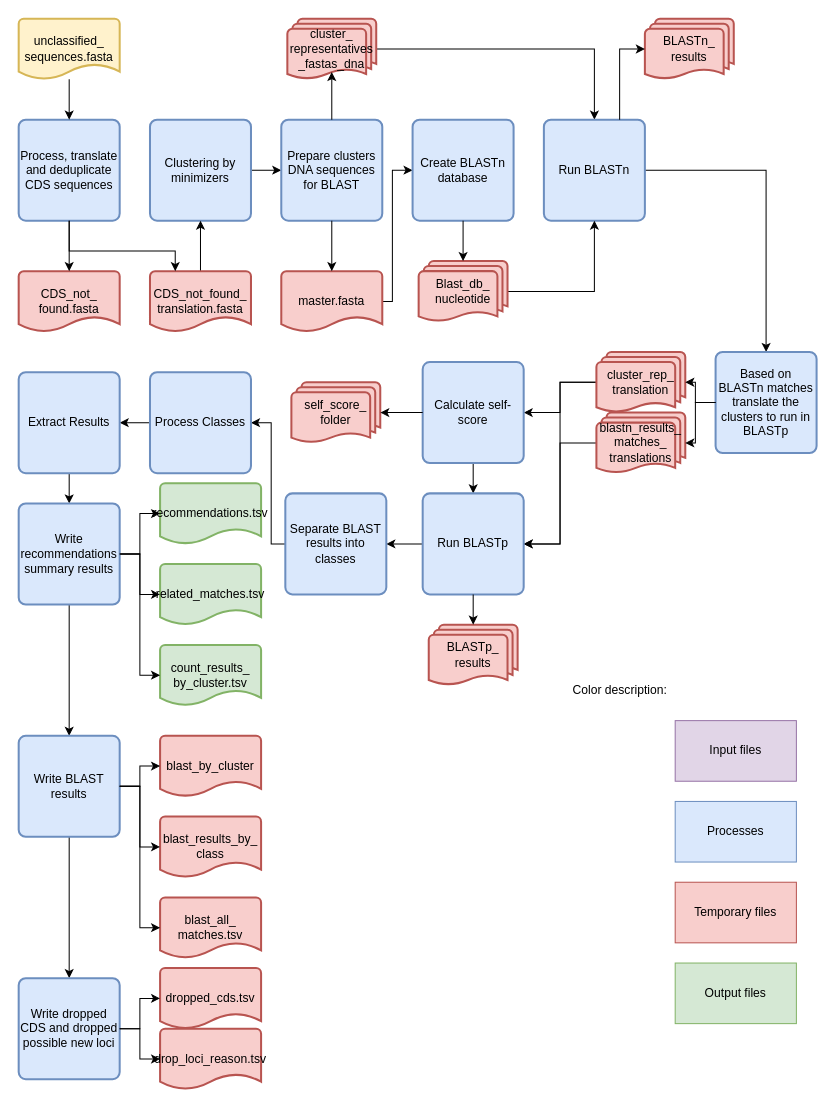
Earlier version of the draw.io diagram SchemaRefinery/docs/SchemaRefinery/Modules/source/IdentifySpuriousGenes_unclassifiedCDS.drawio (B-UMMI/Schema_Refinery). Source tidied: cells renumbered, new cells numbered last; positions are measured from the earlier drawing's top-left corner, leaving out a move shared by most shapes. Both pictures are drawn from the tidied source at 101%, with x=0, y=0 at pixel (18, 18).
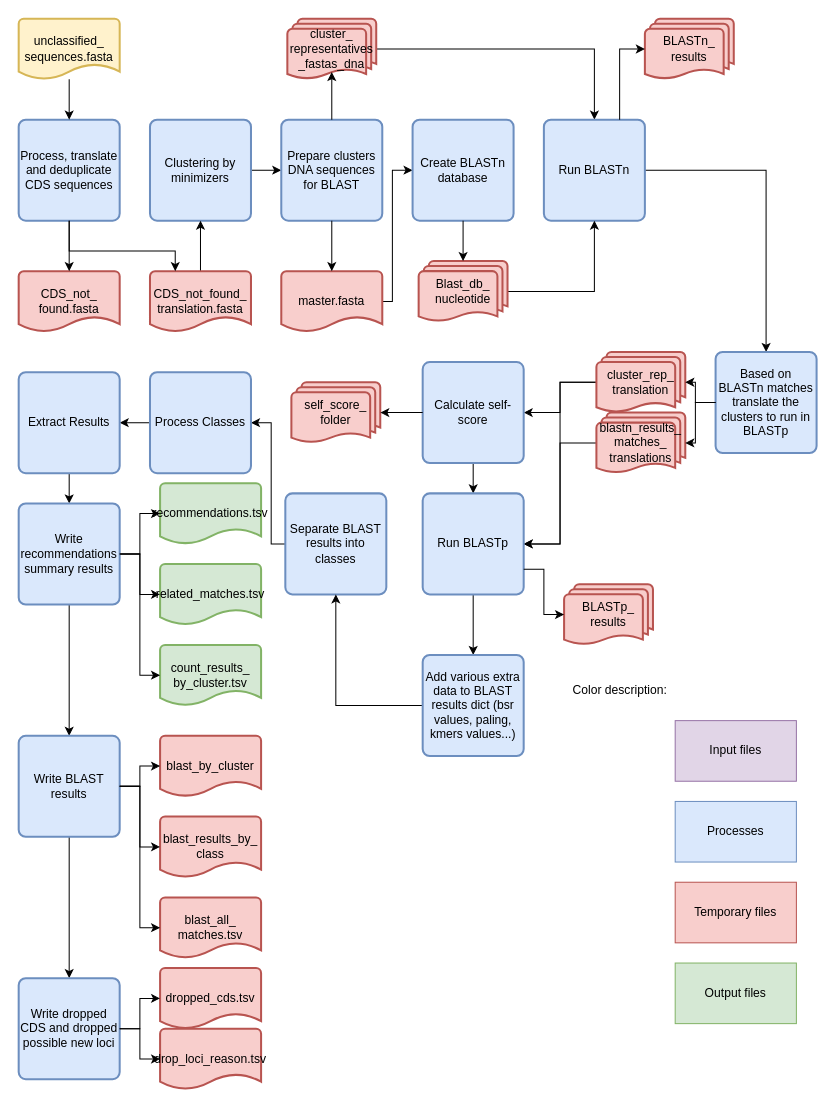
Above is the later version.

The change refers to these unchanged cells:
```xml
<mxCell id="38" value="Run BLASTp" style="rounded=1;whiteSpace=wrap;html=1;absoluteArcSize=1;arcSize=14;strokeWidth=2;fillColor=#dae8fc;strokeColor=#6c8ebf;" parent="1" vertex="1">
  <mxGeometry x="400" y="470" width="100" height="100" as="geometry" />
</mxCell>
<mxCell id="43" value="Separate BLAST results into classes" style="rounded=1;whiteSpace=wrap;html=1;absoluteArcSize=1;arcSize=14;strokeWidth=2;fillColor=#dae8fc;strokeColor=#6c8ebf;" parent="1" vertex="1">
  <mxGeometry x="264" y="470" width="100" height="100" as="geometry" />
</mxCell>
```

The edit, as a diff of the source:
```diff
@@
-    <mxCell id="37" style="edgeStyle=orthogonalEdgeStyle;rounded=0;jettySize=auto;html=1;entryX=1;entryY=0.5;entryDx=0;entryDy=0;" parent="1" edge="1" source="38" target="43">
-      <mxGeometry relative="1" as="geometry" />
-    </mxCell>
+    <mxCell id="75" style="edgeStyle=orthogonalEdgeStyle;rounded=0;jettySize=auto;html=1;" parent="1" edge="1" source="38" target="77">
+      <mxGeometry relative="1" as="geometry" />
+    </mxCell>
@@
     <mxCell id="41" value="BLASTp_&lt;div&gt;results&lt;/div&gt;" style="strokeWidth=2;html=1;shape=mxgraph.flowchart.multi-document;whiteSpace=wrap;fillColor=#f8cecc;strokeColor=#b85450;" parent="1" vertex="1">
-      <mxGeometry x="406" y="600" width="88" height="60" as="geometry" />
+      <mxGeometry x="540" y="560" width="88" height="60" as="geometry" />
     </mxCell>
@@
-    <mxCell id="44" style="edgeStyle=orthogonalEdgeStyle;rounded=0;jettySize=auto;html=1;entryX=0.5;entryY=0;entryDx=0;entryDy=0;entryPerimeter=0;" parent="1" edge="1" source="38" target="41">
-      <mxGeometry relative="1" as="geometry" />
-    </mxCell>
@@
+    <mxCell id="76" style="edgeStyle=orthogonalEdgeStyle;rounded=0;jettySize=auto;html=1;entryX=0.5;entryY=1;entryDx=0;entryDy=0;" parent="1" edge="1" source="77" target="43">
+      <mxGeometry relative="1" as="geometry" />
+    </mxCell>
+    <mxCell id="77" value="Add various extra data to BLAST results dict (bsr values, paling, kmers values...)" style="rounded=1;whiteSpace=wrap;html=1;absoluteArcSize=1;arcSize=14;strokeWidth=2;fillColor=#dae8fc;strokeColor=#6c8ebf;" parent="1" vertex="1">
+      <mxGeometry x="400" y="630" width="100" height="100" as="geometry" />
+    </mxCell>
+    <mxCell id="44" style="edgeStyle=orthogonalEdgeStyle;rounded=0;jettySize=auto;html=1;exitX=1;exitY=0.75;exitDx=0;exitDy=0;entryX=0;entryY=0.5;entryDx=0;entryDy=0;entryPerimeter=0;" parent="1" edge="1" source="38" target="41">
+      <mxGeometry relative="1" as="geometry" />
+    </mxCell>
```
